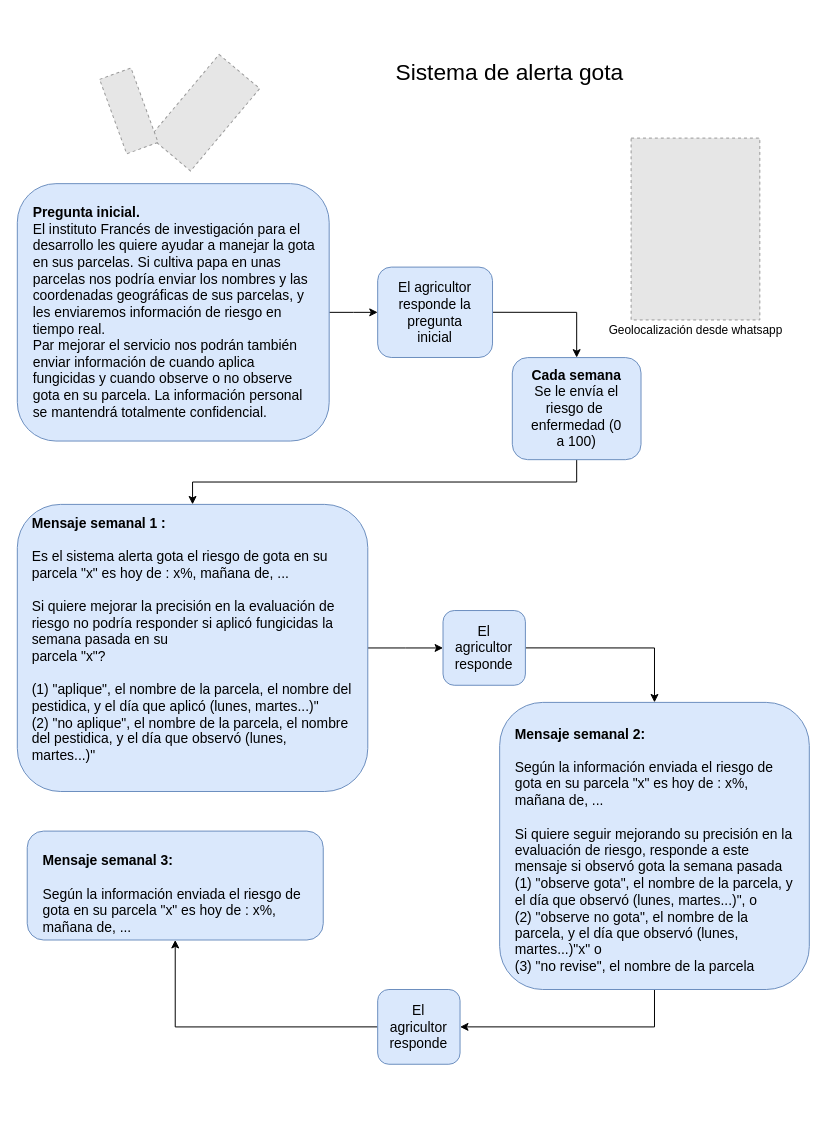
The draw.io diagram AlertaGota.drawio in stdupas/agromakersPorVoz, before the edit. Source tidied: cells renumbered, new cells numbered last; positions are measured from the earlier drawing's top-left corner, leaving out a move shared by most shapes. Both pictures are drawn from the tidied source at 99%, with x=0, y=0 at pixel (17, 58). Pictures stored in the file or linked from it are replaced by grey dashed boxes.
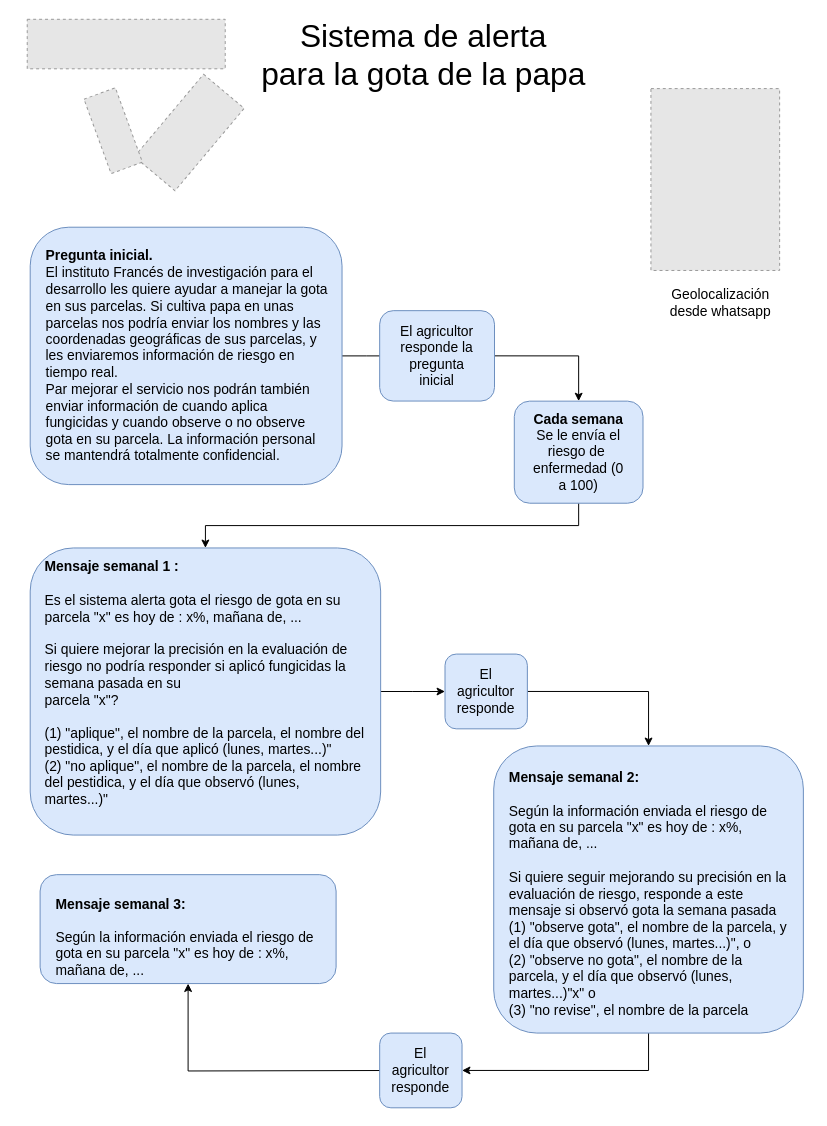
Above is the later version.

The edit, as a diff of the source:
```diff
@@
     <mxCell id="2" style="fillColor=#E6E6E6;strokeColor=#999999;dashed=1;verticalLabelPosition=bottom;labelBackgroundColor=#ffffff;verticalAlign=top;rotation=40;" parent="1" vertex="1">
-      <mxGeometry x="162.6" width="53.6" height="108.7" as="geometry" />
+      <mxGeometry x="146.9" y="20" width="53.6" height="108.7" as="geometry" />
     </mxCell>
     <mxCell id="3" style="fillColor=#E6E6E6;strokeColor=#999999;dashed=1;verticalLabelPosition=bottom;labelBackgroundColor=#ffffff;verticalAlign=top;rotation=340;" parent="1" vertex="1">
-      <mxGeometry x="95.8" y="12.5" width="33.7" height="80" as="geometry" />
+      <mxGeometry x="80" y="32.5" width="33.7" height="80" as="geometry" />
     </mxCell>
     <mxCell id="4" style="fillColor=#E6E6E6;strokeColor=#999999;dashed=1;verticalLabelPosition=bottom;labelBackgroundColor=#ffffff;verticalAlign=top;" parent="1" vertex="1">
-      <mxGeometry x="620" y="80" width="130" height="183.7" as="geometry" />
+      <mxGeometry x="640" y="30" width="130" height="183.7" as="geometry" />
     </mxCell>
-    <mxCell id="5" value="&lt;font style=&quot;font-size: 23px&quot;&gt;Sistema de alerta gota&lt;br&gt;&lt;/font&gt;" style="text;html=1;align=center;verticalAlign=middle;" parent="1" vertex="1">
-      <mxGeometry x="371.8" y="3.7" width="250" height="20" as="geometry" />
+    <mxCell id="5" value="&lt;font style=&quot;font-size: 32px&quot;&gt;Sistema de alerta &lt;br&gt;para la gota de la papa&lt;br&gt;&lt;/font&gt;" style="text;html=1;align=center;verticalAlign=middle;" parent="1" vertex="1">
+      <mxGeometry x="240" y="-29" width="340" height="50" as="geometry" />
     </mxCell>
-    <mxCell id="6" value="Geolocalización desde whatsapp" style="text;html=1;align=center;verticalAlign=middle;" parent="1" vertex="1">
-      <mxGeometry x="590" y="263.7" width="190" height="20" as="geometry" />
+    <mxCell id="6" value="&lt;div&gt;&lt;font style=&quot;font-size: 14px&quot;&gt;Geolocalización &lt;br&gt;&lt;/font&gt;&lt;/div&gt;&lt;div&gt;&lt;font style=&quot;font-size: 14px&quot;&gt;desde whatsapp&lt;/font&gt;&lt;/div&gt;" style="text;html=1;align=center;verticalAlign=middle;" parent="1" vertex="1">
+      <mxGeometry x="650" y="226.3" width="120" height="40" as="geometry" />
     </mxCell>
-    <mxCell id="7" style="edgeStyle=orthogonalEdgeStyle;rounded=0;jettySize=auto;html=1;exitX=1;exitY=0.5;exitDx=0;exitDy=0;" parent="1" edge="1" source="10" target="9">
-      <mxGeometry relative="1" as="geometry" />
+    <mxCell id="7" style="edgeStyle=orthogonalEdgeStyle;rounded=0;jettySize=auto;html=1;exitX=1;exitY=0.5;exitDx=0;exitDy=0;" parent="1" edge="1" source="10">
+      <mxGeometry relative="1" as="geometry">
+        <mxPoint x="377" y="300" as="targetPoint" />
+      </mxGeometry>
     </mxCell>
@@
     <mxCell id="9" value="&lt;font style=&quot;font-size: 14px&quot;&gt;El agricultor responde la pregunta inicial&lt;/font&gt;" style="rounded=1;whiteSpace=wrap;html=1;fillColor=#dae8fc;strokeColor=#6c8ebf;spacingRight=8;spacingLeft=8;spacingBottom=8;spacingTop=8;spacing=8;" parent="1" vertex="1">
-      <mxGeometry x="364" y="210.3" width="116" height="91.3" as="geometry" />
+      <mxGeometry x="366" y="254.3" width="116" height="91.3" as="geometry" />
     </mxCell>
     <mxCell id="10" value="&lt;div style=&quot;font-size: 14px&quot;&gt;&lt;font style=&quot;font-size: 14px&quot;&gt;&lt;b&gt;Pregunta inicial. &lt;/b&gt;&lt;br&gt;&lt;/font&gt;&lt;/div&gt;&lt;div style=&quot;font-size: 14px&quot;&gt;&lt;font style=&quot;font-size: 14px&quot;&gt;El instituto Francés de investigación para el desarrollo les quiere ayudar a manejar la gota en sus parcelas. Si cultiva papa en unas parcelas nos podría enviar los nombres y las coordenadas geográficas de sus parcelas, y les enviaremos información de riesgo en tiempo real. &lt;br&gt;&lt;/font&gt;&lt;/div&gt;&lt;div style=&quot;font-size: 14px&quot;&gt;&lt;font style=&quot;font-size: 14px&quot;&gt;Par mejorar el servicio nos podrán también enviar información de cuando aplica fungicidas y cuando observe o no observe gota en su parcela. La información personal se mantendrá totalmente confidencial. &lt;br&gt;&lt;/font&gt;&lt;/div&gt;" style="rounded=1;whiteSpace=wrap;html=1;fillColor=#dae8fc;strokeColor=#6c8ebf;spacingRight=8;spacingLeft=8;spacingBottom=8;spacingTop=8;spacing=8;align=left;" parent="1" vertex="1">
-      <mxGeometry y="126" width="315" height="260" as="geometry" />
+      <mxGeometry x="13" y="170" width="315" height="260" as="geometry" />
     </mxCell>
-    <mxCell id="11" style="edgeStyle=orthogonalEdgeStyle;rounded=0;jettySize=auto;html=1;exitX=0;exitY=0.5;exitDx=0;exitDy=0;" parent="1" edge="1" source="21" target="20">
-      <mxGeometry relative="1" as="geometry" />
+    <mxCell id="11" style="edgeStyle=orthogonalEdgeStyle;rounded=0;jettySize=auto;html=1;exitX=0;exitY=0.5;exitDx=0;exitDy=0;" parent="1" edge="1" target="20">
+      <mxGeometry relative="1" as="geometry">
+        <mxPoint x="377" y="1021.8" as="sourcePoint" />
+      </mxGeometry>
     </mxCell>
@@
     <mxCell id="13" value="&lt;div style=&quot;font-size: 14px&quot; align=&quot;left&quot;&gt;&lt;font style=&quot;font-size: 14px&quot;&gt;&lt;br&gt;&lt;/font&gt;&lt;/div&gt;&lt;div style=&quot;font-size: 14px&quot; align=&quot;left&quot;&gt;&lt;font style=&quot;font-size: 14px&quot;&gt;&lt;b&gt;Mensaje semanal 2:&amp;nbsp; &lt;/b&gt;&lt;br&gt;&lt;/font&gt;&lt;/div&gt;&lt;div style=&quot;font-size: 14px&quot; align=&quot;left&quot;&gt;&lt;font style=&quot;font-size: 14px&quot;&gt;&lt;br&gt;&lt;/font&gt;&lt;/div&gt;&lt;div style=&quot;font-size: 14px&quot; align=&quot;left&quot;&gt;&lt;font style=&quot;font-size: 14px&quot;&gt;Según la información enviada el riesgo de gota en su parcela &quot;x&quot; es hoy de : x%, mañana de, ... &lt;br&gt;&lt;/font&gt;&lt;/div&gt;&lt;div style=&quot;font-size: 14px&quot; align=&quot;left&quot;&gt;&lt;font style=&quot;font-size: 14px&quot;&gt;&lt;br&gt;&lt;/font&gt;&lt;/div&gt;&lt;div style=&quot;font-size: 14px&quot; align=&quot;left&quot;&gt;&lt;font style=&quot;font-size: 14px&quot;&gt;Si quiere seguir mejorando su precisión en la evaluación de riesgo, responde a este mensaje si observó gota la semana pasada&lt;br&gt;&lt;/font&gt;&lt;/div&gt;&lt;div style=&quot;font-size: 14px&quot; align=&quot;left&quot;&gt;&lt;font style=&quot;font-size: 14px&quot;&gt;(1) &quot;observe gota&quot;, el nombre de la parcela, y el día que observó (lunes, martes...)&quot;, o &lt;br&gt;&lt;/font&gt;&lt;/div&gt;&lt;div style=&quot;font-size: 14px&quot; align=&quot;left&quot;&gt;&lt;font style=&quot;font-size: 14px&quot;&gt;(2) &quot;observe no gota&quot;, el nombre de la parcela, y el día que observó (lunes, martes...)&quot;x&quot; o &lt;br&gt;&lt;/font&gt;&lt;/div&gt;&lt;div style=&quot;font-size: 14px&quot; align=&quot;left&quot;&gt;&lt;font style=&quot;font-size: 14px&quot;&gt;(3) &quot;no revise&quot;, el nombre de la parcela&lt;/font&gt;&lt;/div&gt;" style="rounded=1;whiteSpace=wrap;html=1;fillColor=#dae8fc;strokeColor=#6c8ebf;spacingRight=8;spacingLeft=8;spacingBottom=16;spacingTop=8;spacing=8;align=left;" parent="1" vertex="1">
-      <mxGeometry x="487.2" y="650" width="312.8" height="290" as="geometry" />
+      <mxGeometry x="481.2" y="694" width="312.8" height="290" as="geometry" />
     </mxCell>
@@
     <mxCell id="15" value="&lt;font style=&quot;font-size: 14px&quot;&gt;&lt;b&gt;Cada semana&lt;/b&gt; Se le envía el riesgo de&amp;nbsp; enfermedad (0 a 100)&lt;/font&gt;" style="rounded=1;whiteSpace=wrap;html=1;fillColor=#dae8fc;strokeColor=#6c8ebf;spacingRight=8;spacingLeft=8;spacingBottom=8;spacingTop=8;spacing=8;" parent="1" vertex="1">
-      <mxGeometry x="500" y="301.7" width="130" height="103.1" as="geometry" />
+      <mxGeometry x="502" y="345.7" width="130" height="103.1" as="geometry" />
     </mxCell>
@@
     <mxCell id="17" value="&lt;div style=&quot;font-size: 14px&quot; align=&quot;center&quot;&gt;&lt;font style=&quot;font-size: 14px&quot;&gt;&lt;br&gt;&lt;/font&gt;&lt;/div&gt;&lt;div style=&quot;font-size: 14px&quot; align=&quot;left&quot;&gt;&lt;font style=&quot;font-size: 14px&quot;&gt;&lt;b&gt;Mensaje semanal 1 :&amp;nbsp; &lt;/b&gt;&lt;br&gt;&lt;/font&gt;&lt;/div&gt;&lt;div style=&quot;font-size: 14px&quot; align=&quot;left&quot;&gt;&lt;font style=&quot;font-size: 14px&quot;&gt;&lt;br&gt;&lt;/font&gt;&lt;/div&gt;&lt;div style=&quot;font-size: 14px&quot; align=&quot;left&quot;&gt;&lt;font style=&quot;font-size: 14px&quot;&gt;Es el sistema alerta gota el riesgo de gota en su parcela &quot;x&quot; es hoy de : x%, mañana de, ... &lt;br&gt;&lt;/font&gt;&lt;/div&gt;&lt;div style=&quot;font-size: 14px&quot; align=&quot;left&quot;&gt;&lt;font style=&quot;font-size: 14px&quot;&gt;&lt;br&gt;&lt;/font&gt;&lt;/div&gt;&lt;div style=&quot;font-size: 14px&quot; align=&quot;left&quot;&gt;&lt;font style=&quot;font-size: 14px&quot;&gt;Si quiere mejorar la precisión en la evaluación de &lt;br&gt;riesgo no podría responder si aplicó fungicidas la semana pasada en su &lt;br&gt;parcela &quot;x&quot;?&lt;br&gt;&lt;/font&gt;&lt;div align=&quot;left&quot;&gt;&lt;font style=&quot;font-size: 14px&quot;&gt;&lt;br&gt;&lt;/font&gt;&lt;/div&gt;&lt;div align=&quot;left&quot;&gt;&lt;font style=&quot;font-size: 14px&quot;&gt;(1) &quot;aplique&quot;, el nombre de la parcela, el nombre del pestidica, y el día que aplicó (lunes, martes...)&quot; &lt;br&gt;&lt;/font&gt;&lt;/div&gt;&lt;div align=&quot;left&quot;&gt;&lt;font style=&quot;font-size: 14px&quot;&gt;(2) &quot;no aplique&quot;, el nombre de la parcela, el nombre del pestidica, y el día que observó (lunes, martes...)&quot;&lt;/font&gt;&lt;/div&gt;&lt;/div&gt;&lt;div style=&quot;font-size: 14px&quot; align=&quot;left&quot;&gt;&lt;font style=&quot;font-size: 14px&quot;&gt;&lt;br&gt;&lt;/font&gt;&lt;div align=&quot;left&quot;&gt;&lt;font style=&quot;font-size: 14px&quot;&gt;&lt;br&gt;&lt;/font&gt;&lt;/div&gt;&lt;/div&gt;" style="rounded=1;whiteSpace=wrap;html=1;fillColor=#dae8fc;strokeColor=#6c8ebf;spacingRight=8;spacingLeft=8;spacingBottom=8;spacingTop=8;spacing=8;" parent="1" vertex="1">
-      <mxGeometry y="450" width="354" height="290" as="geometry" />
+      <mxGeometry x="13" y="494" width="354" height="290" as="geometry" />
     </mxCell>
@@
     <mxCell id="19" value="&lt;font style=&quot;font-size: 14px&quot;&gt;El agricultor responde &lt;/font&gt;" style="rounded=1;whiteSpace=wrap;html=1;fillColor=#dae8fc;strokeColor=#6c8ebf;spacingRight=8;spacingLeft=8;spacingBottom=8;spacingTop=8;spacing=8;" parent="1" vertex="1">
-      <mxGeometry x="430" y="557.2" width="83.2" height="75.5" as="geometry" />
+      <mxGeometry x="432" y="601.2" width="83.2" height="75.5" as="geometry" />
     </mxCell>
     <mxCell id="20" value="&lt;div style=&quot;font-size: 14px&quot;&gt;&lt;font style=&quot;font-size: 14px&quot;&gt;&lt;br&gt;&lt;/font&gt;&lt;/div&gt;&lt;div style=&quot;font-size: 14px&quot;&gt;&lt;font style=&quot;font-size: 14px&quot;&gt;&lt;b&gt;Mensaje semanal 3:&amp;nbsp; &lt;/b&gt;&lt;br&gt;&lt;/font&gt;&lt;/div&gt;&lt;div style=&quot;font-size: 14px&quot;&gt;&lt;font style=&quot;font-size: 14px&quot;&gt;&lt;br&gt;&lt;/font&gt;&lt;/div&gt;&lt;div style=&quot;font-size: 14px&quot;&gt;&lt;font style=&quot;font-size: 14px&quot;&gt;Según la información enviada el riesgo de gota en su parcela &quot;x&quot; es hoy de : x%, mañana de, ... &lt;/font&gt;&lt;/div&gt;" style="rounded=1;whiteSpace=wrap;html=1;fillColor=#dae8fc;strokeColor=#6c8ebf;spacingRight=8;spacingLeft=8;spacingBottom=8;spacingTop=8;spacing=8;align=left;" parent="1" vertex="1">
-      <mxGeometry x="10" y="780" width="299" height="110" as="geometry" />
+      <mxGeometry x="23" y="824" width="299" height="110" as="geometry" />
     </mxCell>
     <mxCell id="21" value="&lt;font style=&quot;font-size: 14px&quot;&gt;El agricultor responde &lt;/font&gt;" style="rounded=1;whiteSpace=wrap;html=1;fillColor=#dae8fc;strokeColor=#6c8ebf;spacingRight=8;spacingLeft=8;spacingBottom=8;spacingTop=8;spacing=8;" parent="1" vertex="1">
-      <mxGeometry x="364" y="940" width="83.2" height="75.5" as="geometry" />
+      <mxGeometry x="366" y="984" width="83.2" height="75.5" as="geometry" />
     </mxCell>
+    <mxCell id="22" style="fillColor=#E6E6E6;strokeColor=#999999;dashed=1;verticalLabelPosition=bottom;labelBackgroundColor=#ffffff;verticalAlign=top;" parent="1" vertex="1">
+      <mxGeometry x="10" y="-40" width="200" height="50" as="geometry" />
+    </mxCell>
```
